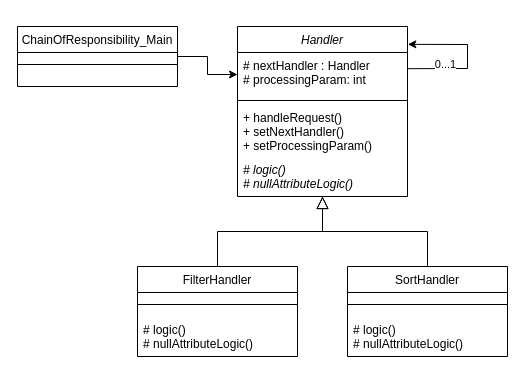
Earlier version of the draw.io diagram page "Цепочка обязанностей/Chain of responsibility" (1 of 11) of src/UML.drawio (Mo-og/BehavioralPatterns). Source tidied: cells renumbered, new cells numbered last; positions are measured from the earlier drawing's top-left corner, leaving out a move shared by most shapes. Both pictures are drawn from the tidied source at 100%, with x=0, y=0 at pixel (17, 26).
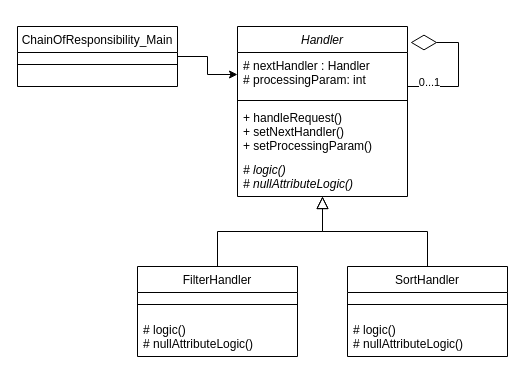
After the change.

The change refers to these unchanged cells:
```xml
<mxCell id="2" value="Handler" style="swimlane;fontStyle=2;align=center;verticalAlign=top;horizontal=1;startSize=26;rounded=0;shadow=0;strokeWidth=1;" parent="1" vertex="1">
  <mxGeometry x="220" width="170" height="170" as="geometry" />
</mxCell>
<mxCell id="3" value="# nextHandler : Handler &#10;# processingParam: int " style="text;align=left;verticalAlign=top;spacingLeft=4;spacingRight=4;overflow=hidden;points=[[0,0.5],[1,0.5]];portConstraint=eastwest;" parent="2" vertex="1">
  <mxGeometry y="26" width="170" height="44" as="geometry" />
</mxCell>
```

Change to the diagram source:
```diff
@@
-    <mxCell id="7" style="endArrow=classic;html=1;exitX=0.999;exitY=0.368;exitDx=0;exitDy=0;exitPerimeter=0;entryX=1.002;entryY=0.105;entryDx=0;entryDy=0;entryPerimeter=0;rounded=0;" parent="2" edge="1" source="3" target="2">
-      <mxGeometry relative="1" as="geometry">
-        <Array as="points">
-          <mxPoint x="230" y="42" />
-          <mxPoint x="230" y="18" />
-        </Array>
-      </mxGeometry>
-    </mxCell>
+    <mxCell id="20" style="endArrow=diamondThin;endFill=0;endSize=24;html=1;edgeStyle=elbowEdgeStyle;rounded=0;" parent="2" edge="1" source="3">
+      <mxGeometry relative="1" as="geometry">
+        <mxPoint x="173" y="16" as="targetPoint" />
+        <Array as="points">
+          <mxPoint x="221" y="60" />
+          <mxPoint x="281" y="30" />
+        </Array>
+      </mxGeometry>
+    </mxCell>
-    <mxCell id="8" value="0...1" style="edgeLabel;html=1;align=center;verticalAlign=middle;" parent="7" vertex="1">
-      <mxGeometry x="-0.47" y="5" relative="1" as="geometry" />
+    <mxCell id="8" value="0...1" style="edgeLabel;html=1;align=center;verticalAlign=middle;" parent="20" vertex="1">
+      <mxGeometry x="-0.71" y="5" relative="1" as="geometry" />
     </mxCell>
```
